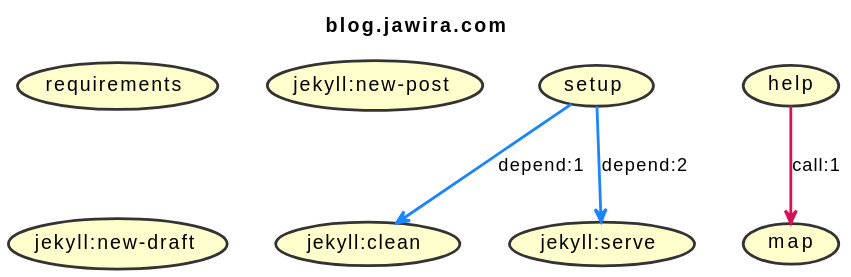
This is build.svg from jawira/blog.jawira.com, a PlantUML export, as it was before one commit.
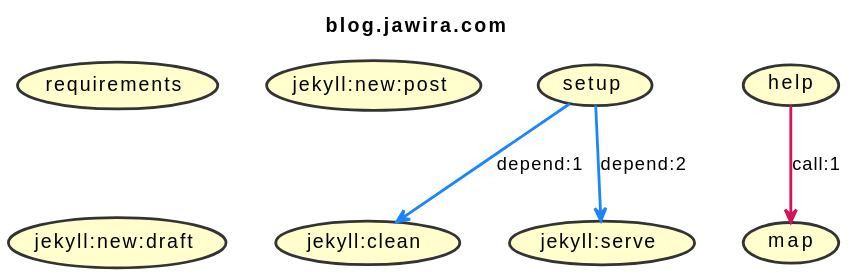
Later version of the same file.

Commit message:
feat: Update draft - add php-tkui

Change to the diagram source:
```diff
@@ -23,6 +23,6 @@
 (requirements)
 (help)
 (map)
-(jekyll:new-post)
-(jekyll:new-draft)
+(jekyll:new:post)
+(jekyll:new:draft)
 @enduml
```
